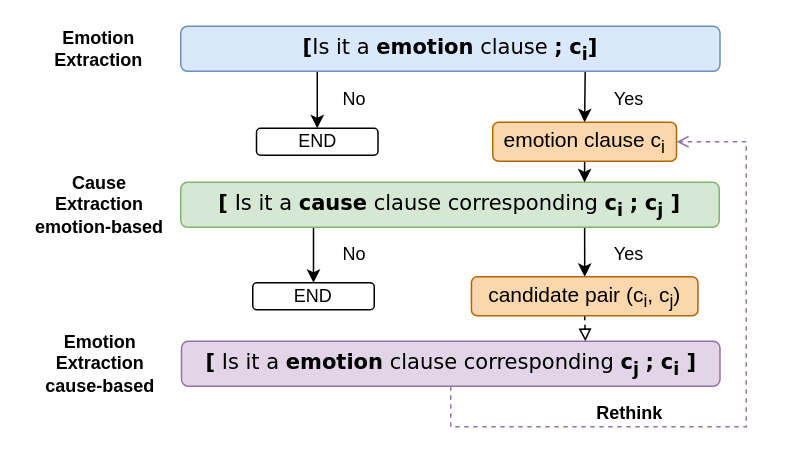
The draw.io diagram framework1.drawio in zhoucz97/paper_figure, before the edit. Source tidied: cells renumbered, new cells numbered last; positions are measured from the earlier drawing's top-left corner, leaving out a move shared by most shapes. Both pictures are drawn from the tidied source at 150%, with x=0, y=0 at pixel (24, 26).
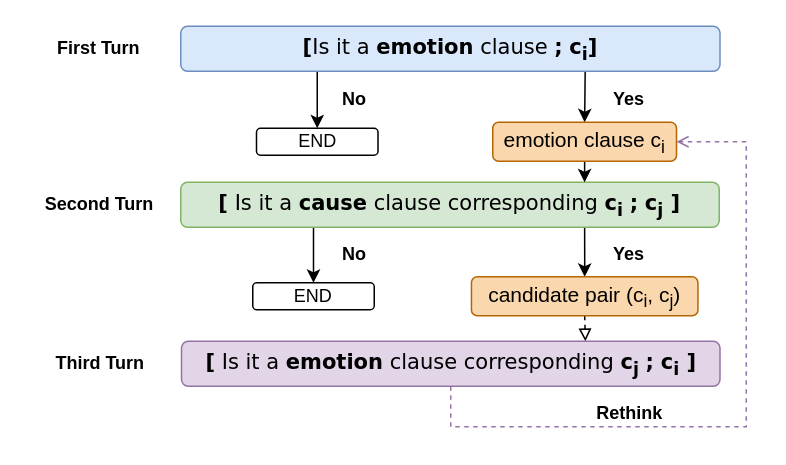
After the change.

The edit, as a diff of the source:
```diff
@@
-    <mxCell id="16" value="&lt;b&gt;Emotion&lt;br&gt;Extraction&lt;/b&gt;" style="text;html=1;strokeColor=none;fillColor=none;align=center;verticalAlign=middle;whiteSpace=wrap;rounded=0;" parent="1" vertex="1">
+    <mxCell id="16" value="&lt;b&gt;First Turn&lt;/b&gt;" style="text;html=1;strokeColor=none;fillColor=none;align=center;verticalAlign=middle;whiteSpace=wrap;rounded=0;" parent="1" vertex="1">
       <mxGeometry x="0.6" y="5" width="97" height="20" as="geometry" />
     </mxCell>
-    <mxCell id="17" value="&lt;b&gt;Cause Extraction &lt;br&gt;emotion-based&lt;/b&gt;" style="text;html=1;strokeColor=none;fillColor=none;align=center;verticalAlign=middle;whiteSpace=wrap;rounded=0;" parent="1" vertex="1">
+    <mxCell id="17" value="&lt;b&gt;Second Turn&lt;/b&gt;" style="text;html=1;strokeColor=none;fillColor=none;align=center;verticalAlign=middle;whiteSpace=wrap;rounded=0;" parent="1" vertex="1">
       <mxGeometry x="0.4" y="109" width="100.2" height="20" as="geometry" />
     </mxCell>
-    <mxCell id="18" value="&lt;b&gt;Emotion Extraction &lt;br&gt;cause-based&lt;/b&gt;" style="text;html=1;strokeColor=none;fillColor=none;align=center;verticalAlign=middle;whiteSpace=wrap;rounded=0;" parent="1" vertex="1">
+    <mxCell id="18" value="&lt;b&gt;Third Turn&lt;/b&gt;" style="text;html=1;strokeColor=none;fillColor=none;align=center;verticalAlign=middle;whiteSpace=wrap;rounded=0;" parent="1" vertex="1">
       <mxGeometry x="1.2" y="215" width="98.5" height="20" as="geometry" />
     </mxCell>
-    <mxCell id="19" value="No" style="text;html=1;strokeColor=none;fillColor=none;align=center;verticalAlign=middle;whiteSpace=wrap;rounded=0;" parent="1" vertex="1">
+    <mxCell id="19" value="&lt;b&gt;No&lt;/b&gt;" style="text;html=1;strokeColor=none;fillColor=none;align=center;verticalAlign=middle;whiteSpace=wrap;rounded=0;" parent="1" vertex="1">
       <mxGeometry x="200" y="142" width="40" height="20" as="geometry" />
     </mxCell>
-    <mxCell id="20" value="Yes" style="text;html=1;strokeColor=none;fillColor=none;align=center;verticalAlign=middle;whiteSpace=wrap;rounded=0;" parent="1" vertex="1">
+    <mxCell id="20" value="&lt;b&gt;Yes&lt;/b&gt;" style="text;html=1;strokeColor=none;fillColor=none;align=center;verticalAlign=middle;whiteSpace=wrap;rounded=0;" parent="1" vertex="1">
       <mxGeometry x="383" y="142" width="40" height="20" as="geometry" />
     </mxCell>
@@
-    <mxCell id="22" value="No" style="text;html=1;strokeColor=none;fillColor=none;align=center;verticalAlign=middle;whiteSpace=wrap;rounded=0;" parent="1" vertex="1">
+    <mxCell id="22" value="&lt;b&gt;No&lt;/b&gt;" style="text;html=1;strokeColor=none;fillColor=none;align=center;verticalAlign=middle;whiteSpace=wrap;rounded=0;" parent="1" vertex="1">
       <mxGeometry x="200" y="39" width="40" height="20" as="geometry" />
     </mxCell>
-    <mxCell id="23" value="Yes" style="text;html=1;strokeColor=none;fillColor=none;align=center;verticalAlign=middle;whiteSpace=wrap;rounded=0;" parent="1" vertex="1">
+    <mxCell id="23" value="&lt;b&gt;Yes&lt;/b&gt;" style="text;html=1;strokeColor=none;fillColor=none;align=center;verticalAlign=middle;whiteSpace=wrap;rounded=0;" parent="1" vertex="1">
       <mxGeometry x="383" y="39" width="40" height="20" as="geometry" />
     </mxCell>
```
